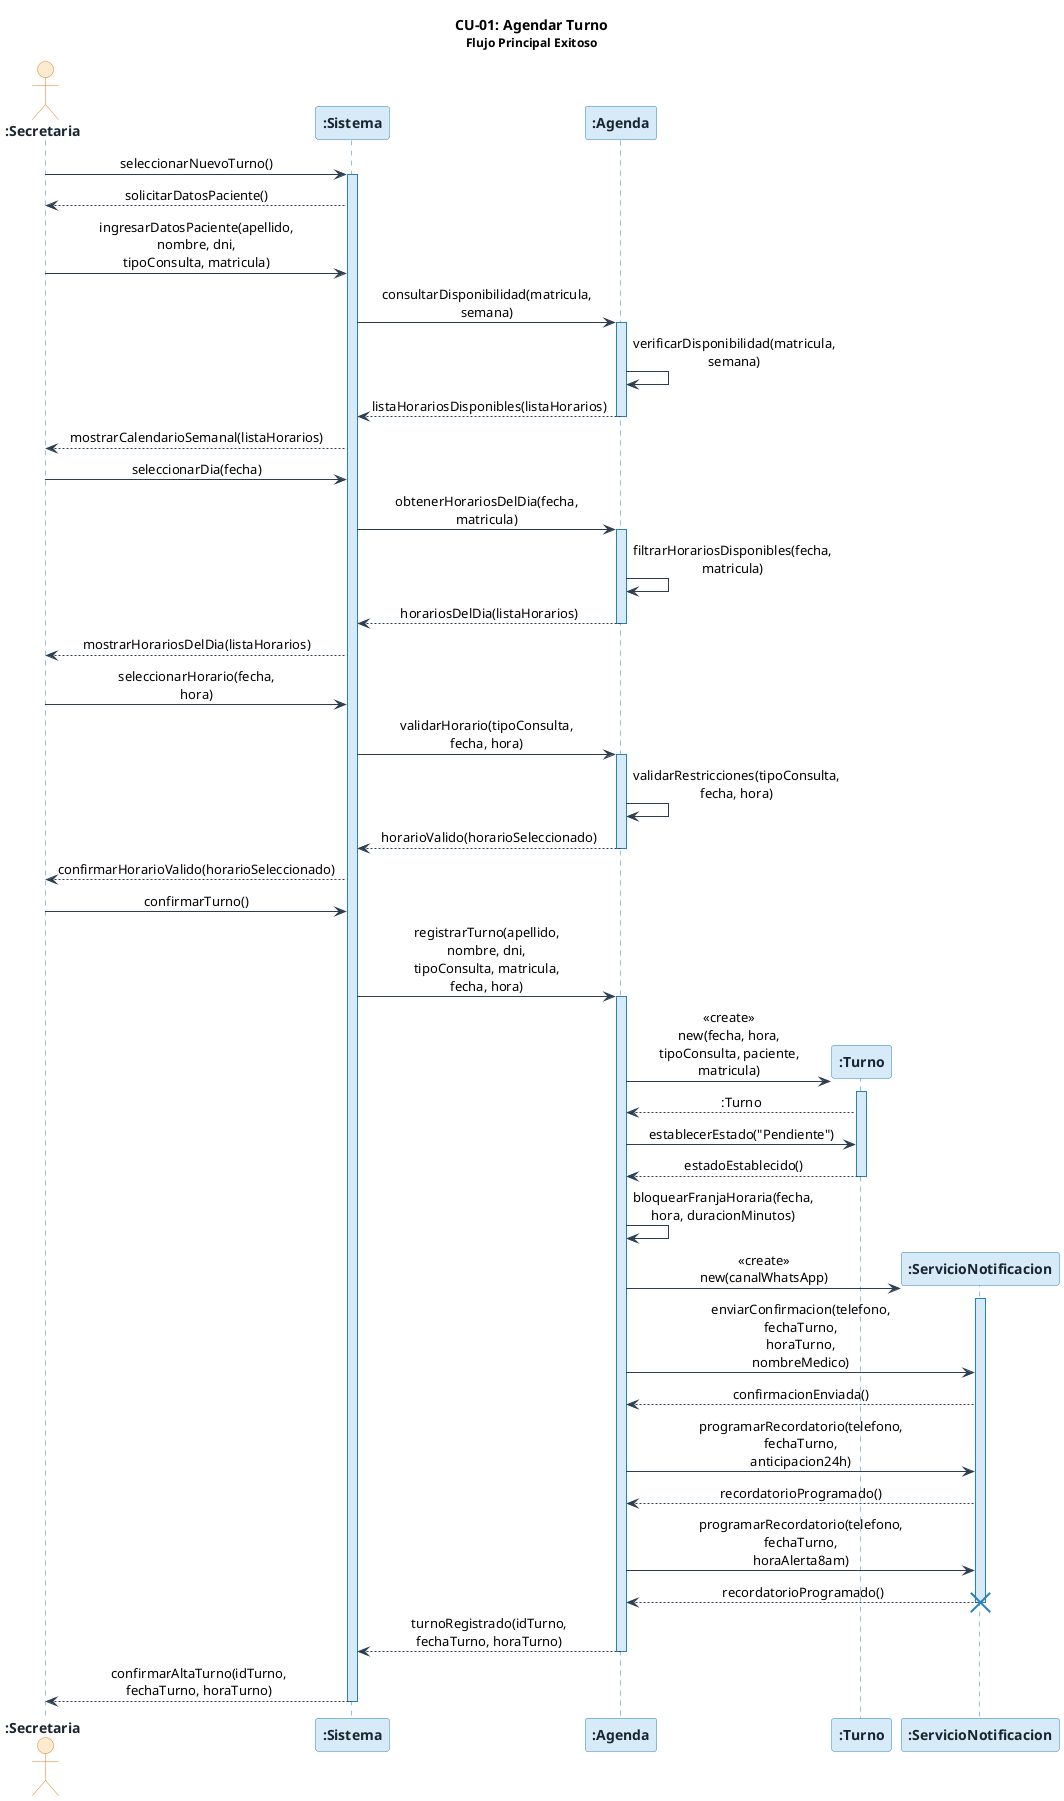
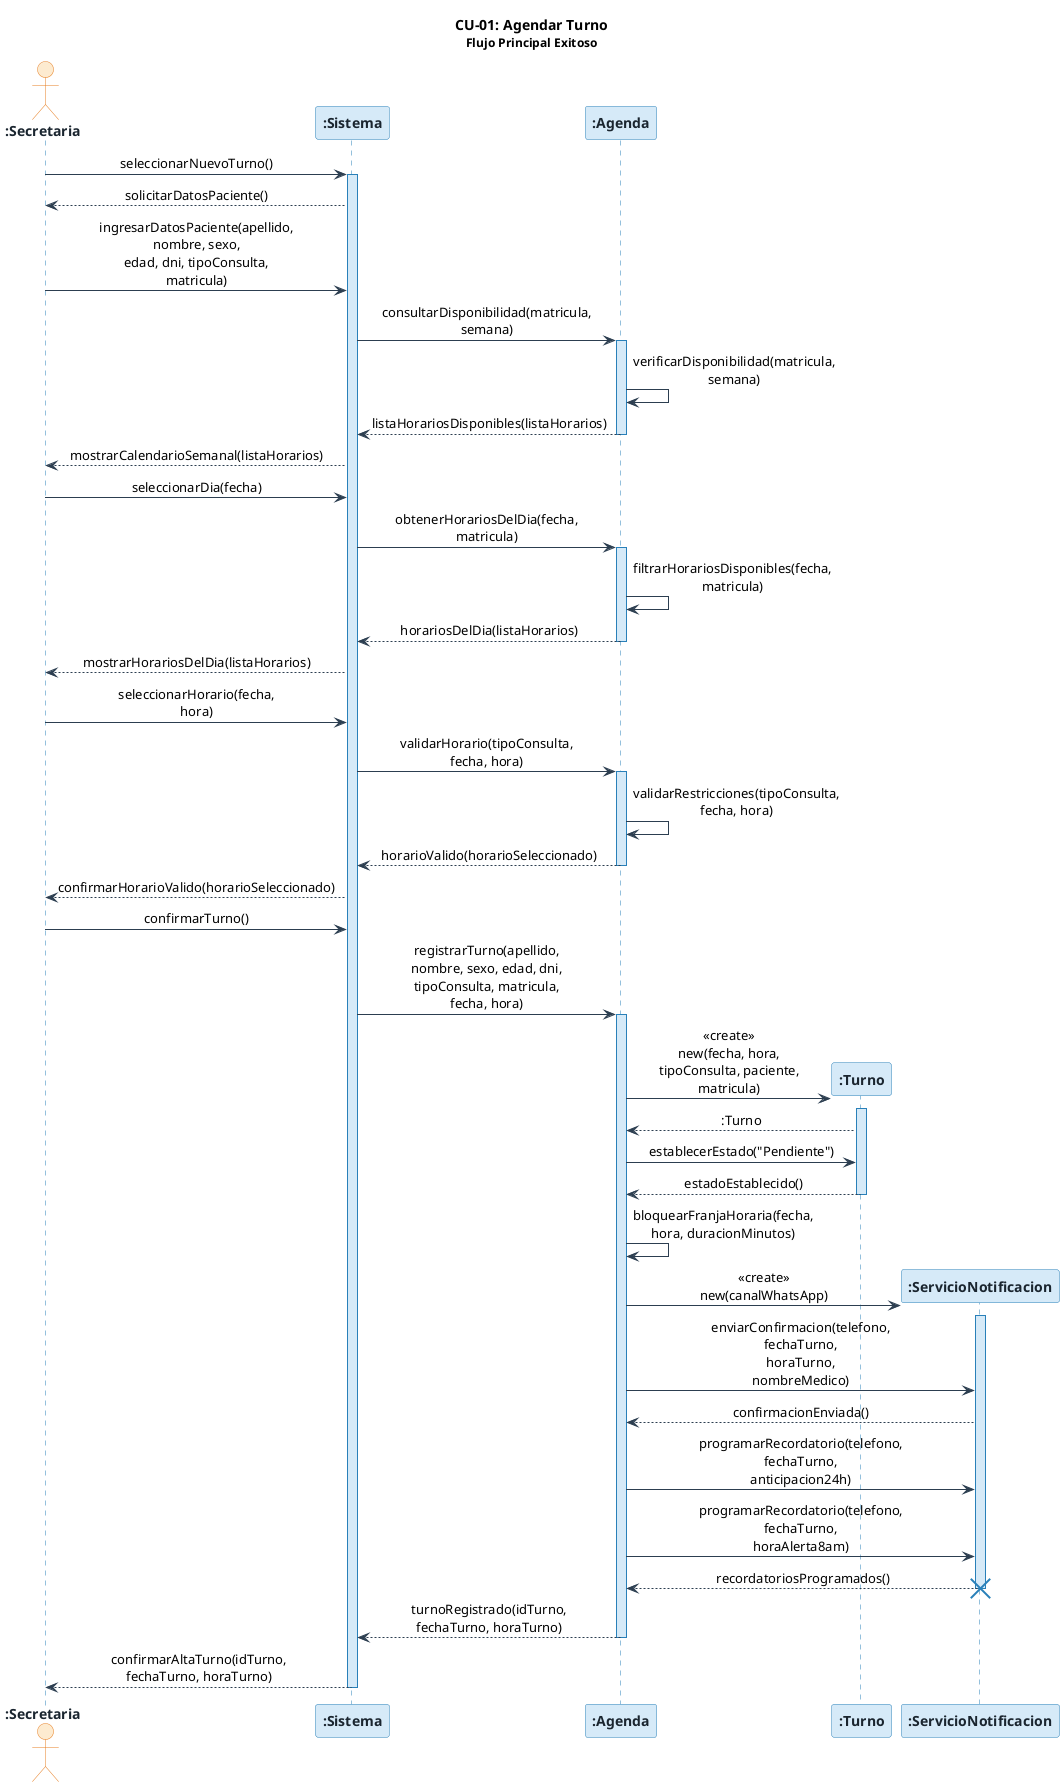
@startuml 05-cu01-agendar-turno

skinparam sequenceMessageAlign center
skinparam responseMessageBelowArrow true
skinparam maxMessageSize 160
skinparam sequence {
    ArrowColor       #2C3E50
    LifeLineBorderColor  #2980B9
    LifeLineBackgroundColor #D6EAF8
    BoxBackgroundColor  #FDFEFE
    BoxBorderColor   #2C3E50
}
skinparam participant {
    BackgroundColor #D6EAF8
    BorderColor     #2980B9
    FontColor       #1A252F
    FontStyle       bold
}
skinparam actor {
    BackgroundColor #FDEBD0
    BorderColor     #E67E22
    FontColor       #1A252F
    FontStyle       bold
}

title **CU-01: Agendar Turno**\n<size:12>Flujo Principal Exitoso</size>

actor    ":Secretaria"              as secretaria
participant ":Sistema"              as sistema
participant ":Agenda"               as agenda
participant ":Turno"                as turno
participant ":ServicioNotificacion" as svcNotificacion

' ── 1. Inicio de flujo: selección de nuevo turno ───────────────────────────
secretaria  ->  sistema         : seleccionarNuevoTurno()
activate sistema
sistema     -->  secretaria     : solicitarDatosPaciente()

' ── 2. Ingreso de datos del paciente ───────────────────────────────────────
- secretaria  ->  sistema         : ingresarDatosPaciente(apellido, nombre, dni,\ntipoConsulta, matricula)
+ secretaria  ->  sistema         : ingresarDatosPaciente(apellido, nombre, sexo,\nedad, dni, tipoConsulta, matricula)

sistema     ->  agenda          : consultarDisponibilidad(matricula, semana)
activate agenda
agenda      ->  agenda          : verificarDisponibilidad(matricula, semana)
agenda      -->  sistema        : listaHorariosDisponibles(listaHorarios)
deactivate agenda

sistema     -->  secretaria     : mostrarCalendarioSemanal(listaHorarios)

' ── 3. Selección de día y horario ──────────────────────────────────────────
secretaria  ->  sistema         : seleccionarDia(fecha)

sistema     ->  agenda          : obtenerHorariosDelDia(fecha, matricula)
activate agenda
agenda      ->  agenda          : filtrarHorariosDisponibles(fecha, matricula)
agenda      -->  sistema        : horariosDelDia(listaHorarios)
deactivate agenda

sistema     -->  secretaria     : mostrarHorariosDelDia(listaHorarios)

secretaria  ->  sistema         : seleccionarHorario(fecha, hora)

sistema     ->  agenda          : validarHorario(tipoConsulta, fecha, hora)
activate agenda
agenda      ->  agenda          : validarRestricciones(tipoConsulta, fecha, hora)
agenda      -->  sistema        : horarioValido(horarioSeleccionado)
deactivate agenda

sistema     -->  secretaria     : confirmarHorarioValido(horarioSeleccionado)

' ── 4. Confirmación y creación del Turno ───────────────────────────────────
secretaria  ->  sistema         : confirmarTurno()

- sistema     ->  agenda          : registrarTurno(apellido, nombre, dni,\ntipoConsulta, matricula, fecha, hora)
+ sistema     ->  agenda          : registrarTurno(apellido, nombre, sexo, edad, dni,\ntipoConsulta, matricula, fecha, hora)
activate agenda

create turno
agenda      ->  turno           : <<create>>\nnew(fecha, hora, tipoConsulta, paciente, matricula)
activate turno
turno       -->  agenda         : :Turno

agenda      ->  turno           : establecerEstado("Pendiente")
turno       -->  agenda         : estadoEstablecido()
deactivate turno

agenda      ->  agenda          : bloquearFranjaHoraria(fecha, hora, duracionMinutos)

' ── 5. Notificación y programación de recordatorios ────────────────────────
create svcNotificacion
agenda      ->  svcNotificacion : <<create>>\nnew(canalWhatsApp)
activate svcNotificacion
- 
agenda      ->  svcNotificacion : enviarConfirmacion(telefono, fechaTurno,\nhoraTurno, nombreMedico)
svcNotificacion -->  agenda     : confirmacionEnviada()
- 
agenda      ->  svcNotificacion : programarRecordatorio(telefono, fechaTurno,\nanticipacion24h)
- svcNotificacion -->  agenda     : recordatorioProgramado()
- 
agenda      ->  svcNotificacion : programarRecordatorio(telefono, fechaTurno,\nhoraAlerta8am)
- svcNotificacion -->  agenda     : recordatorioProgramado()
- 
+ svcNotificacion -->  agenda     : recordatoriosProgramados()
destroy svcNotificacion
+ deactivate svcNotificacion

agenda      -->  sistema        : turnoRegistrado(idTurno, fechaTurno, horaTurno)
deactivate agenda

' ── 6. Confirmación de alta ────────────────────────────────────────────────
sistema     -->  secretaria     : confirmarAltaTurno(idTurno, fechaTurno, horaTurno)
deactivate sistema

@enduml
